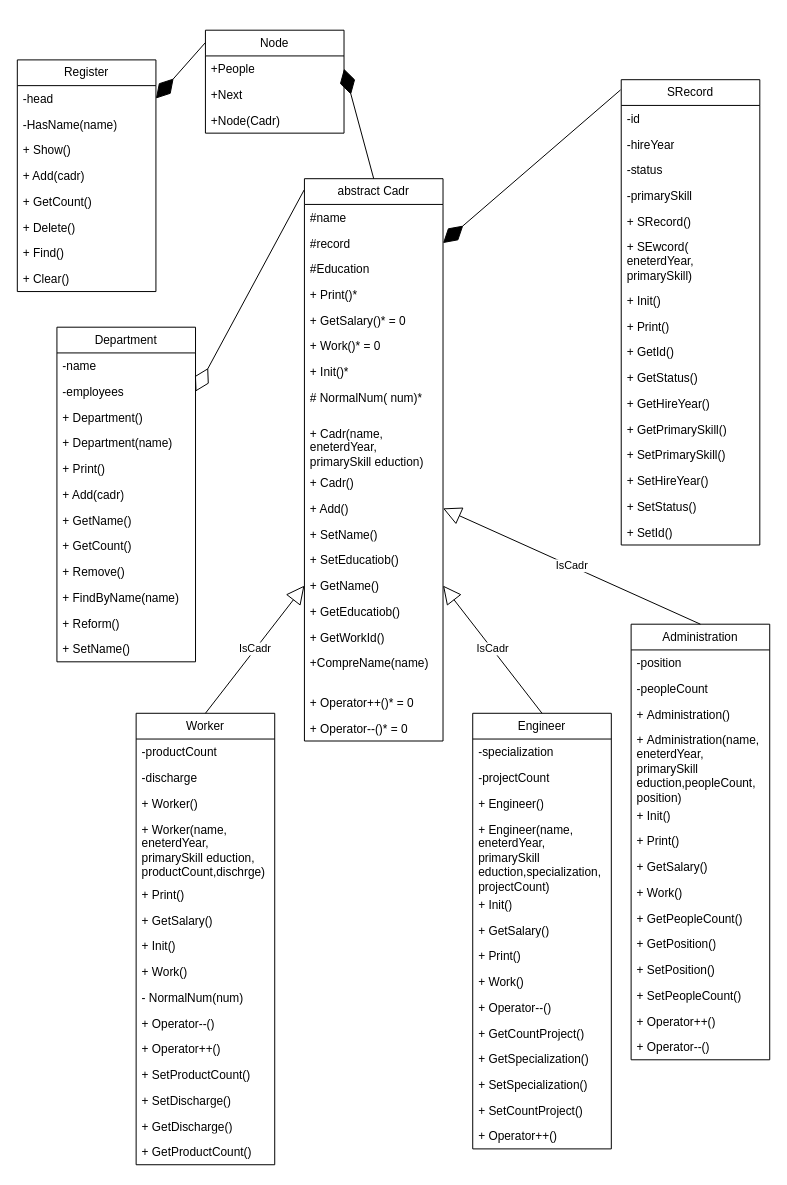
This is LW5/LR1/Об'єктна модель.drawio from BashukOleksii/Labs, a draw.io file, before an edit. Source tidied: cells renumbered, new cells numbered last; positions are measured from the earlier drawing's top-left corner, leaving out a move shared by most shapes. Both pictures are drawn from the tidied source at 99%, with x=0, y=0 at pixel (17, 30).
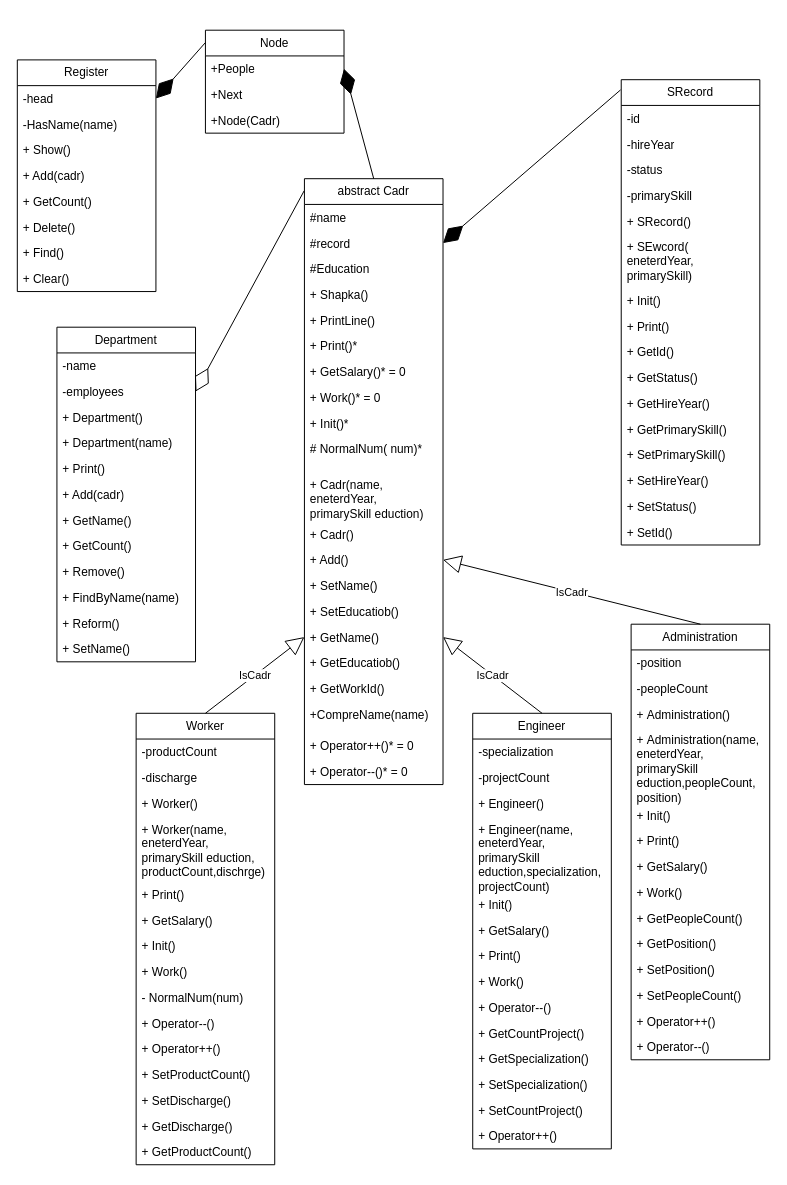
Above is the later version.

Change to the diagram source:
```diff
@@
     <mxCell id="2" value="abstract Cadr" style="swimlane;fontStyle=0;horizontal=1;startSize=26;fillColor=none;whiteSpace=wrap;html=1;" parent="1" vertex="1">
-      <mxGeometry x="290" y="150" width="140" height="568" as="geometry" />
+      <mxGeometry x="290" y="150" width="140" height="612" as="geometry" />
     </mxCell>
@@
+    <mxCell id="118" value="+ Shapka()" style="text;strokeColor=none;fillColor=none;align=left;verticalAlign=top;spacingLeft=4;spacingRight=4;overflow=hidden;whiteSpace=wrap;html=1;" parent="2" vertex="1">
+      <mxGeometry y="104" width="140" height="26" as="geometry" />
+    </mxCell>
+    <mxCell id="119" value="+ PrintLine()" style="text;strokeColor=none;fillColor=none;align=left;verticalAlign=top;spacingLeft=4;spacingRight=4;overflow=hidden;whiteSpace=wrap;html=1;" parent="2" vertex="1">
+      <mxGeometry y="130" width="140" height="26" as="geometry" />
+    </mxCell>
     <mxCell id="6" value="+ Print()*" style="text;strokeColor=none;fillColor=none;align=left;verticalAlign=top;spacingLeft=4;spacingRight=4;overflow=hidden;whiteSpace=wrap;html=1;" parent="2" vertex="1">
-      <mxGeometry y="104" width="140" height="26" as="geometry" />
+      <mxGeometry y="156" width="140" height="26" as="geometry" />
     </mxCell>
     <mxCell id="7" value="+ GetSalary()* = 0" style="text;strokeColor=none;fillColor=none;align=left;verticalAlign=top;spacingLeft=4;spacingRight=4;overflow=hidden;whiteSpace=wrap;html=1;" parent="2" vertex="1">
-      <mxGeometry y="130" width="140" height="26" as="geometry" />
+      <mxGeometry y="182" width="140" height="26" as="geometry" />
     </mxCell>
     <mxCell id="8" value="+ Work()* = 0" style="text;strokeColor=none;fillColor=none;align=left;verticalAlign=top;spacingLeft=4;spacingRight=4;overflow=hidden;whiteSpace=wrap;html=1;" parent="2" vertex="1">
-      <mxGeometry y="156" width="140" height="26" as="geometry" />
+      <mxGeometry y="208" width="140" height="26" as="geometry" />
     </mxCell>
     <mxCell id="9" value="+ Init()*" style="text;strokeColor=none;fillColor=none;align=left;verticalAlign=top;spacingLeft=4;spacingRight=4;overflow=hidden;whiteSpace=wrap;html=1;" parent="2" vertex="1">
-      <mxGeometry y="182" width="140" height="26" as="geometry" />
+      <mxGeometry y="234" width="140" height="26" as="geometry" />
     </mxCell>
     <mxCell id="10" value="# NormalNum( num)*" style="text;strokeColor=none;fillColor=none;align=left;verticalAlign=top;spacingLeft=4;spacingRight=4;overflow=hidden;whiteSpace=wrap;html=1;" parent="2" vertex="1">
-      <mxGeometry y="208" width="140" height="36" as="geometry" />
+      <mxGeometry y="260" width="140" height="36" as="geometry" />
     </mxCell>
     <mxCell id="11" value="+ Cadr(name, eneterdYear, primarySkill eduction)" style="text;strokeColor=none;fillColor=none;align=left;verticalAlign=top;spacingLeft=4;spacingRight=4;overflow=hidden;whiteSpace=wrap;html=1;" parent="2" vertex="1">
-      <mxGeometry y="244" width="140" height="50" as="geometry" />
+      <mxGeometry y="296" width="140" height="50" as="geometry" />
     </mxCell>
     <mxCell id="12" value="+ Cadr()" style="text;strokeColor=none;fillColor=none;align=left;verticalAlign=top;spacingLeft=4;spacingRight=4;overflow=hidden;whiteSpace=wrap;html=1;" parent="2" vertex="1">
-      <mxGeometry y="294" width="140" height="26" as="geometry" />
+      <mxGeometry y="346" width="140" height="26" as="geometry" />
     </mxCell>
     <mxCell id="13" value="+ Add()" style="text;strokeColor=none;fillColor=none;align=left;verticalAlign=top;spacingLeft=4;spacingRight=4;overflow=hidden;points=[[0,0.5],[1,0.5]];portConstraint=eastwest;whiteSpace=wrap;html=1;" parent="2" vertex="1">
-      <mxGeometry y="320" width="140" height="26" as="geometry" />
+      <mxGeometry y="372" width="140" height="26" as="geometry" />
     </mxCell>
     <mxCell id="14" value="+ SetName()" style="text;strokeColor=none;fillColor=none;align=left;verticalAlign=top;spacingLeft=4;spacingRight=4;overflow=hidden;whiteSpace=wrap;html=1;" parent="2" vertex="1">
-      <mxGeometry y="346" width="140" height="26" as="geometry" />
+      <mxGeometry y="398" width="140" height="26" as="geometry" />
     </mxCell>
     <mxCell id="15" value="+ SetEducatiob()" style="text;strokeColor=none;fillColor=none;align=left;verticalAlign=top;spacingLeft=4;spacingRight=4;overflow=hidden;whiteSpace=wrap;html=1;" parent="2" vertex="1">
-      <mxGeometry y="372" width="140" height="26" as="geometry" />
+      <mxGeometry y="424" width="140" height="26" as="geometry" />
     </mxCell>
     <mxCell id="16" value="+ GetName()" style="text;strokeColor=none;fillColor=none;align=left;verticalAlign=top;spacingLeft=4;spacingRight=4;overflow=hidden;points=[[0,0.5],[1,0.5]];portConstraint=eastwest;whiteSpace=wrap;html=1;" parent="2" vertex="1">
-      <mxGeometry y="398" width="140" height="26" as="geometry" />
+      <mxGeometry y="450" width="140" height="26" as="geometry" />
     </mxCell>
     <mxCell id="17" value="+ GetEducatiob()" style="text;strokeColor=none;fillColor=none;align=left;verticalAlign=top;spacingLeft=4;spacingRight=4;overflow=hidden;whiteSpace=wrap;html=1;" parent="2" vertex="1">
-      <mxGeometry y="424" width="140" height="26" as="geometry" />
+      <mxGeometry y="476" width="140" height="26" as="geometry" />
     </mxCell>
     <mxCell id="18" value="+ GetWorkId()" style="text;strokeColor=none;fillColor=none;align=left;verticalAlign=top;spacingLeft=4;spacingRight=4;overflow=hidden;whiteSpace=wrap;html=1;" parent="2" vertex="1">
-      <mxGeometry y="450" width="140" height="26" as="geometry" />
+      <mxGeometry y="502" width="140" height="26" as="geometry" />
     </mxCell>
     <mxCell id="19" value="+CompreName(name)" style="text;strokeColor=none;fillColor=none;align=left;verticalAlign=top;spacingLeft=4;spacingRight=4;overflow=hidden;whiteSpace=wrap;html=1;" parent="2" vertex="1">
-      <mxGeometry y="476" width="140" height="40" as="geometry" />
+      <mxGeometry y="528" width="140" height="32" as="geometry" />
     </mxCell>
     <mxCell id="20" value="+ Operator++()* = 0" style="text;strokeColor=none;fillColor=none;align=left;verticalAlign=top;spacingLeft=4;spacingRight=4;overflow=hidden;whiteSpace=wrap;html=1;" parent="2" vertex="1">
-      <mxGeometry y="516" width="140" height="26" as="geometry" />
+      <mxGeometry y="560" width="140" height="26" as="geometry" />
     </mxCell>
     <mxCell id="21" value="+ Operator--()* = 0" style="text;strokeColor=none;fillColor=none;align=left;verticalAlign=top;spacingLeft=4;spacingRight=4;overflow=hidden;whiteSpace=wrap;html=1;" parent="2" vertex="1">
-      <mxGeometry y="542" width="140" height="26" as="geometry" />
+      <mxGeometry y="586" width="140" height="26" as="geometry" />
     </mxCell>
```
